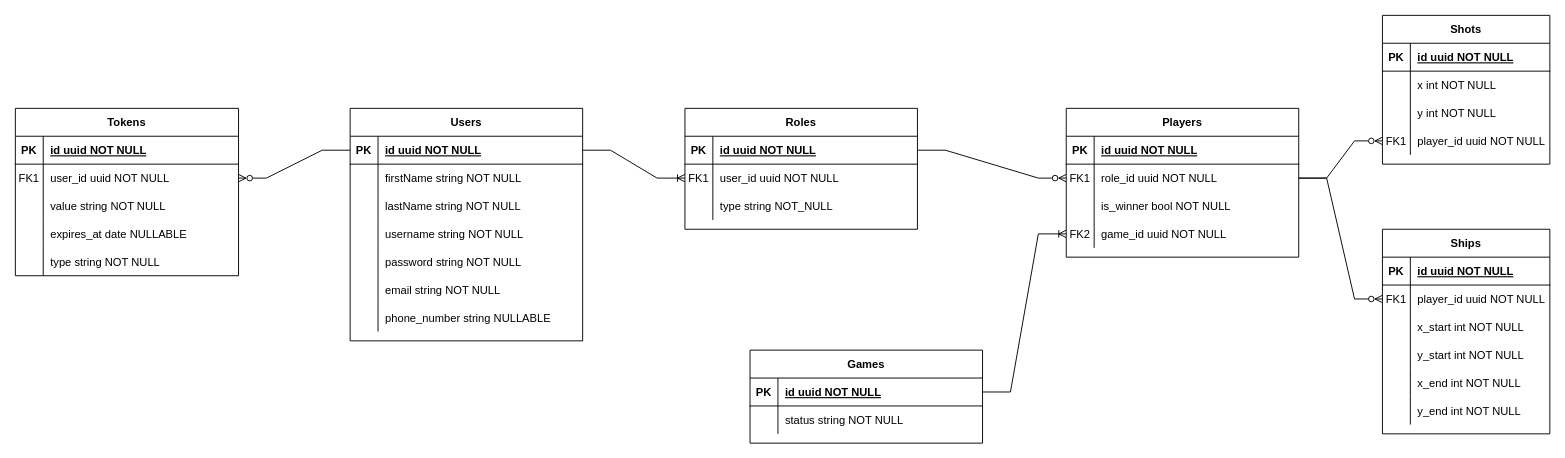
Earlier version of the draw.io diagram apps/api/docs/entity-relation.drawio (doichev-kostia/battleships). Source tidied: cells renumbered, new cells numbered last; positions are measured from the earlier drawing's top-left corner, leaving out a move shared by most shapes. Both pictures are drawn from the tidied source at 93%, with x=0, y=0 at pixel (15, 15).
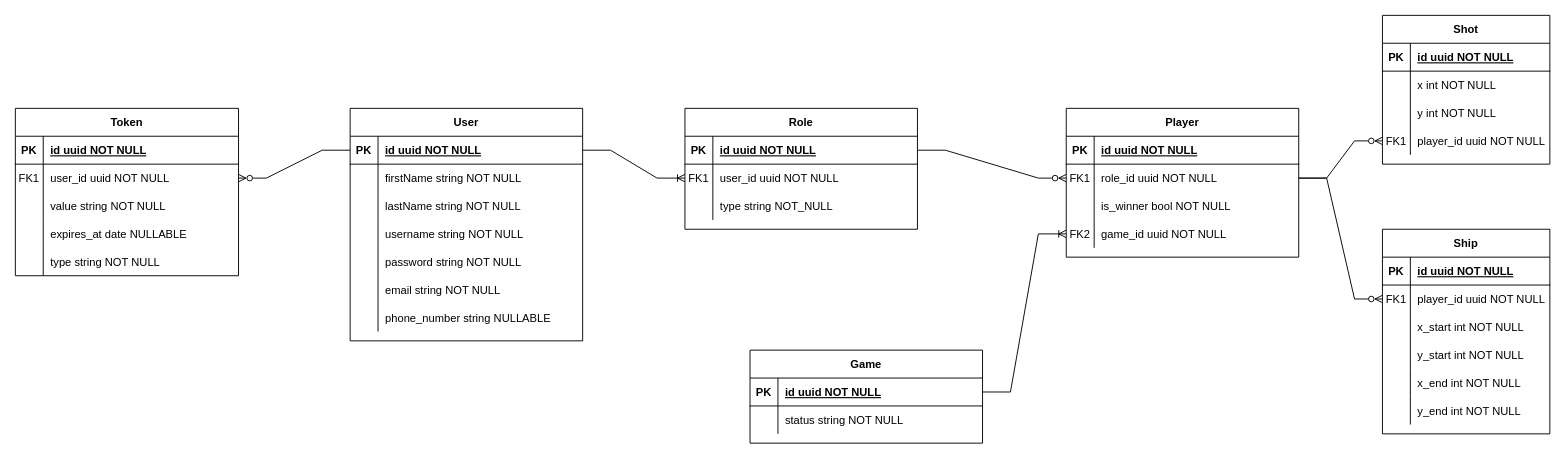
The same page after the edit.

What changed in the source:
```diff
@@
-    <mxCell id="2" value="Roles" style="shape=table;startSize=30;childLayout=tableLayout;rowLines=0;fontStyle=1;align=center;" parent="1" vertex="1">
+    <mxCell id="2" value="Role" style="shape=table;startSize=30;childLayout=tableLayout;rowLines=0;fontStyle=1;align=center;" parent="1" vertex="1">
       <mxGeometry x="720" y="100" width="250" height="130" as="geometry" />
     </mxCell>
@@
-    <mxCell id="12" value="Users" style="shape=table;startSize=30;childLayout=tableLayout;rowLines=0;fontStyle=1;align=center;" parent="1" vertex="1">
+    <mxCell id="12" value="User" style="shape=table;startSize=30;childLayout=tableLayout;rowLines=0;fontStyle=1;align=center;" parent="1" vertex="1">
       <mxGeometry x="360" y="100" width="250" height="250" as="geometry" />
     </mxCell>
@@
-    <mxCell id="35" value="Tokens" style="shape=table;startSize=30;childLayout=tableLayout;rowLines=0;fontStyle=1;align=center;" parent="1" vertex="1">
+    <mxCell id="35" value="Token" style="shape=table;startSize=30;childLayout=tableLayout;rowLines=0;fontStyle=1;align=center;" parent="1" vertex="1">
       <mxGeometry y="100" width="240" height="180" as="geometry" />
     </mxCell>
@@
-    <mxCell id="52" value="Players" style="shape=table;startSize=30;childLayout=tableLayout;rowLines=0;fontStyle=1;align=center;" parent="1" vertex="1">
+    <mxCell id="52" value="Player" style="shape=table;startSize=30;childLayout=tableLayout;rowLines=0;fontStyle=1;align=center;" parent="1" vertex="1">
       <mxGeometry x="1130" y="100" width="250" height="160" as="geometry" />
     </mxCell>
@@
-    <mxCell id="66" value="Shots" style="shape=table;startSize=30;childLayout=tableLayout;rowLines=0;fontStyle=1;align=center;" parent="1" vertex="1">
+    <mxCell id="66" value="Shot" style="shape=table;startSize=30;childLayout=tableLayout;rowLines=0;fontStyle=1;align=center;" parent="1" vertex="1">
       <mxGeometry x="1470" width="180" height="160" as="geometry" />
     </mxCell>
@@
-    <mxCell id="80" value="Ships" style="shape=table;startSize=30;childLayout=tableLayout;rowLines=0;fontStyle=1;align=center;" parent="1" vertex="1">
+    <mxCell id="80" value="Ship" style="shape=table;startSize=30;childLayout=tableLayout;rowLines=0;fontStyle=1;align=center;" parent="1" vertex="1">
       <mxGeometry x="1470" y="230" width="180" height="220" as="geometry" />
     </mxCell>
@@
-    <mxCell id="100" value="Games" style="shape=table;startSize=30;childLayout=tableLayout;rowLines=0;fontStyle=1;align=center;" parent="1" vertex="1">
+    <mxCell id="100" value="Game" style="shape=table;startSize=30;childLayout=tableLayout;rowLines=0;fontStyle=1;align=center;" parent="1" vertex="1">
       <mxGeometry x="790" y="360" width="250" height="100" as="geometry" />
     </mxCell>
```
